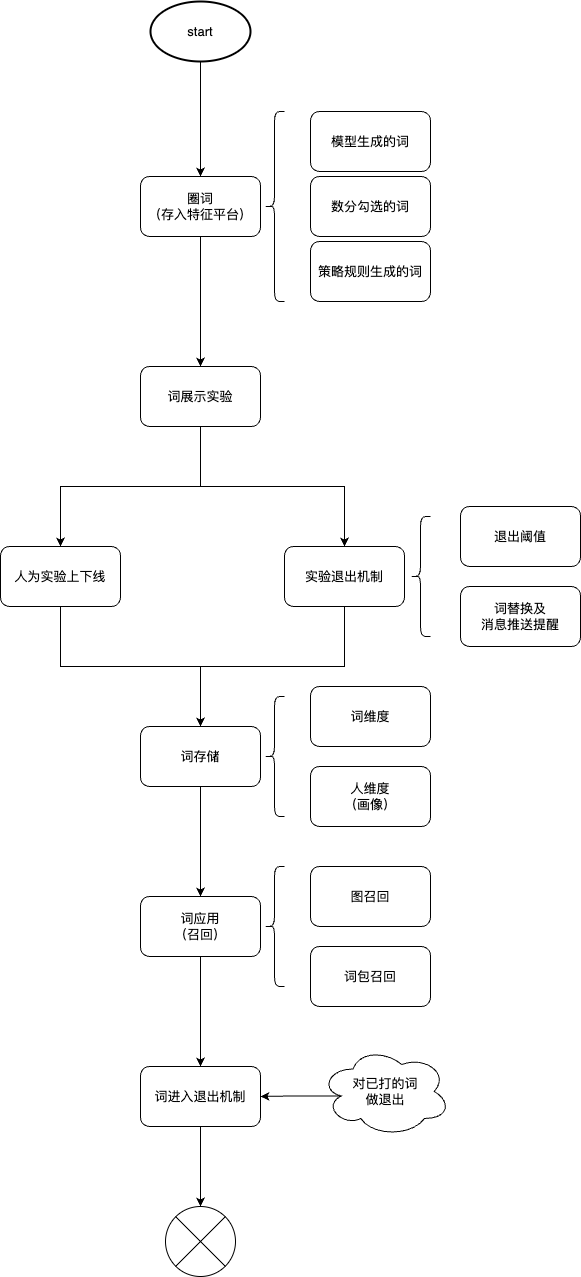
This is work-draw-file/标签与F1联动主体思路流程图.png from liujunao/draw-data, a draw.io export, as it was before one commit. Source tidied: cells renumbered, new cells last; positions are measured from the earlier drawing's top-left corner, leaving out a move shared by most shapes. Source of this version:
```xml
<mxGraphModel>
  <root>
    <mxCell id="0" />
    <mxCell id="1" parent="0" />
    <mxCell id="2" style="edgeStyle=orthogonalEdgeStyle;rounded=0;jettySize=auto;html=1;exitX=0.5;exitY=1;exitDx=0;exitDy=0;" parent="1" edge="1" source="3" target="6">
      <mxGeometry relative="1" as="geometry" />
    </mxCell>
    <mxCell id="3" value="圈词&lt;br&gt;（存入特征平台）" style="rounded=1;whiteSpace=wrap;html=1;" parent="1" vertex="1">
      <mxGeometry x="140" y="175" width="120" height="60" as="geometry" />
    </mxCell>
    <mxCell id="4" style="edgeStyle=orthogonalEdgeStyle;rounded=0;jettySize=auto;html=1;exitX=0.5;exitY=1;exitDx=0;exitDy=0;" parent="1" edge="1" source="6" target="12">
      <mxGeometry relative="1" as="geometry" />
    </mxCell>
    <mxCell id="5" style="edgeStyle=orthogonalEdgeStyle;rounded=0;jettySize=auto;html=1;exitX=0.5;exitY=1;exitDx=0;exitDy=0;" parent="1" edge="1" source="6" target="14">
      <mxGeometry relative="1" as="geometry" />
    </mxCell>
    <mxCell id="6" value="词展示实验" style="rounded=1;whiteSpace=wrap;html=1;" parent="1" vertex="1">
      <mxGeometry x="140" y="365" width="120" height="60" as="geometry" />
    </mxCell>
    <mxCell id="7" style="shape=curlyBracket;whiteSpace=wrap;html=1;rounded=1;labelPosition=left;verticalLabelPosition=middle;align=right;verticalAlign=middle;" parent="1" vertex="1">
      <mxGeometry x="264" y="110" width="20" height="190" as="geometry" />
    </mxCell>
    <mxCell id="8" value="模型生成的词" style="rounded=1;whiteSpace=wrap;html=1;" parent="1" vertex="1">
      <mxGeometry x="310" y="110" width="120" height="60" as="geometry" />
    </mxCell>
    <mxCell id="9" value="数分勾选的词" style="rounded=1;whiteSpace=wrap;html=1;" parent="1" vertex="1">
      <mxGeometry x="310" y="175" width="120" height="60" as="geometry" />
    </mxCell>
    <mxCell id="10" value="策略规则生成的词" style="rounded=1;whiteSpace=wrap;html=1;" parent="1" vertex="1">
      <mxGeometry x="310" y="240" width="120" height="60" as="geometry" />
    </mxCell>
    <mxCell id="11" style="edgeStyle=orthogonalEdgeStyle;rounded=0;jettySize=auto;html=1;exitX=0.5;exitY=1;exitDx=0;exitDy=0;entryX=0.5;entryY=0;entryDx=0;entryDy=0;" parent="1" edge="1" source="12" target="19">
      <mxGeometry relative="1" as="geometry" />
    </mxCell>
    <mxCell id="12" value="人为实验上下线" style="rounded=1;whiteSpace=wrap;html=1;" parent="1" vertex="1">
      <mxGeometry y="545" width="120" height="60" as="geometry" />
    </mxCell>
    <mxCell id="13" style="edgeStyle=orthogonalEdgeStyle;rounded=0;jettySize=auto;html=1;exitX=0.5;exitY=1;exitDx=0;exitDy=0;entryX=0.5;entryY=0;entryDx=0;entryDy=0;" parent="1" edge="1" source="14" target="19">
      <mxGeometry relative="1" as="geometry" />
    </mxCell>
    <mxCell id="14" value="实验退出机制" style="rounded=1;whiteSpace=wrap;html=1;" parent="1" vertex="1">
      <mxGeometry x="284" y="545" width="120" height="60" as="geometry" />
    </mxCell>
    <mxCell id="15" style="shape=curlyBracket;whiteSpace=wrap;html=1;rounded=1;labelPosition=left;verticalLabelPosition=middle;align=right;verticalAlign=middle;" parent="1" vertex="1">
      <mxGeometry x="410" y="515" width="20" height="120" as="geometry" />
    </mxCell>
    <mxCell id="16" value="退出阈值" style="rounded=1;whiteSpace=wrap;html=1;" parent="1" vertex="1">
      <mxGeometry x="460" y="505" width="120" height="60" as="geometry" />
    </mxCell>
    <mxCell id="17" value="词替换及&lt;br&gt;消息推送提醒" style="rounded=1;whiteSpace=wrap;html=1;" parent="1" vertex="1">
      <mxGeometry x="460" y="585" width="120" height="60" as="geometry" />
    </mxCell>
    <mxCell id="18" style="edgeStyle=orthogonalEdgeStyle;rounded=0;jettySize=auto;html=1;exitX=0.5;exitY=1;exitDx=0;exitDy=0;" parent="1" edge="1" source="19" target="24">
      <mxGeometry relative="1" as="geometry" />
    </mxCell>
    <mxCell id="19" value="词存储" style="rounded=1;whiteSpace=wrap;html=1;" parent="1" vertex="1">
      <mxGeometry x="140" y="725" width="120" height="60" as="geometry" />
    </mxCell>
    <mxCell id="20" style="shape=curlyBracket;whiteSpace=wrap;html=1;rounded=1;labelPosition=left;verticalLabelPosition=middle;align=right;verticalAlign=middle;" parent="1" vertex="1">
      <mxGeometry x="264" y="695" width="20" height="120" as="geometry" />
    </mxCell>
    <mxCell id="21" value="词维度" style="rounded=1;whiteSpace=wrap;html=1;" parent="1" vertex="1">
      <mxGeometry x="310" y="685" width="120" height="60" as="geometry" />
    </mxCell>
    <mxCell id="22" value="人维度&lt;br&gt;（画像）" style="rounded=1;whiteSpace=wrap;html=1;" parent="1" vertex="1">
      <mxGeometry x="310" y="765" width="120" height="60" as="geometry" />
    </mxCell>
    <mxCell id="23" style="edgeStyle=orthogonalEdgeStyle;rounded=0;jettySize=auto;html=1;exitX=0.5;exitY=1;exitDx=0;exitDy=0;" parent="1" edge="1" source="24" target="29">
      <mxGeometry relative="1" as="geometry" />
    </mxCell>
    <mxCell id="24" value="词应用&lt;br&gt;（召回）" style="rounded=1;whiteSpace=wrap;html=1;" parent="1" vertex="1">
      <mxGeometry x="140" y="895" width="120" height="60" as="geometry" />
    </mxCell>
    <mxCell id="25" style="shape=curlyBracket;whiteSpace=wrap;html=1;rounded=1;labelPosition=left;verticalLabelPosition=middle;align=right;verticalAlign=middle;" parent="1" vertex="1">
      <mxGeometry x="264" y="865" width="20" height="120" as="geometry" />
    </mxCell>
    <mxCell id="26" value="图召回" style="rounded=1;whiteSpace=wrap;html=1;" parent="1" vertex="1">
      <mxGeometry x="310" y="865" width="120" height="60" as="geometry" />
    </mxCell>
    <mxCell id="27" value="词包召回" style="rounded=1;whiteSpace=wrap;html=1;" parent="1" vertex="1">
      <mxGeometry x="310" y="945" width="120" height="60" as="geometry" />
    </mxCell>
    <mxCell id="28" style="edgeStyle=orthogonalEdgeStyle;rounded=0;jettySize=auto;html=1;exitX=0.5;exitY=1;exitDx=0;exitDy=0;" parent="1" edge="1" source="29" target="32">
      <mxGeometry relative="1" as="geometry" />
    </mxCell>
    <mxCell id="29" value="词进入退出机制" style="rounded=1;whiteSpace=wrap;html=1;" parent="1" vertex="1">
      <mxGeometry x="140" y="1065" width="120" height="60" as="geometry" />
    </mxCell>
    <mxCell id="30" style="edgeStyle=orthogonalEdgeStyle;rounded=0;jettySize=auto;html=1;exitX=0.16;exitY=0.55;exitDx=0;exitDy=0;exitPerimeter=0;entryX=1;entryY=0.5;entryDx=0;entryDy=0;" parent="1" edge="1" source="31" target="29">
      <mxGeometry relative="1" as="geometry" />
    </mxCell>
    <mxCell id="31" value="对已打的词&lt;br&gt;做退出" style="ellipse;shape=cloud;whiteSpace=wrap;html=1;" parent="1" vertex="1">
      <mxGeometry x="320" y="1045" width="130" height="90" as="geometry" />
    </mxCell>
    <mxCell id="32" style="verticalLabelPosition=bottom;verticalAlign=top;html=1;shape=mxgraph.flowchart.or;" parent="1" vertex="1">
      <mxGeometry x="165" y="1205" width="70" height="70" as="geometry" />
    </mxCell>
    <mxCell id="33" style="edgeStyle=orthogonalEdgeStyle;rounded=0;jettySize=auto;html=1;exitX=0.5;exitY=1;exitDx=0;exitDy=0;exitPerimeter=0;" parent="1" edge="1" source="34" target="3">
      <mxGeometry relative="1" as="geometry" />
    </mxCell>
    <mxCell id="34" value="start" style="strokeWidth=2;html=1;shape=mxgraph.flowchart.start_1;whiteSpace=wrap;" parent="1" vertex="1">
      <mxGeometry x="150" width="100" height="60" as="geometry" />
    </mxCell>
  </root>
</mxGraphModel>
```
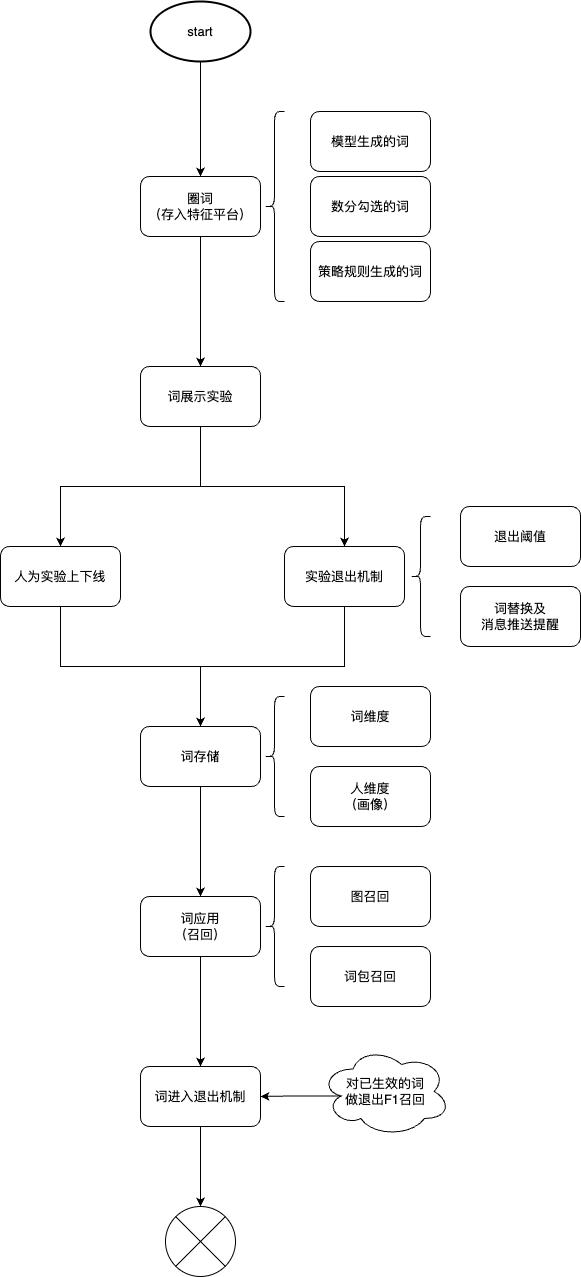
The same diagram one commit later.

Commit message:
更新标签与F1联动主体思路流程图.png

Change to the diagram source:
```diff
@@ -89,7 +89,7 @@
     <mxCell id="30" style="edgeStyle=orthogonalEdgeStyle;rounded=0;jettySize=auto;html=1;exitX=0.16;exitY=0.55;exitDx=0;exitDy=0;exitPerimeter=0;entryX=1;entryY=0.5;entryDx=0;entryDy=0;" parent="1" edge="1" source="31" target="29">
       <mxGeometry relative="1" as="geometry" />
     </mxCell>
-    <mxCell id="31" value="对已打的词&lt;br&gt;做退出" style="ellipse;shape=cloud;whiteSpace=wrap;html=1;" parent="1" vertex="1">
+    <mxCell id="31" value="对已生效的词&lt;br&gt;做退出F1召回" style="ellipse;shape=cloud;whiteSpace=wrap;html=1;" parent="1" vertex="1">
       <mxGeometry x="320" y="1045" width="130" height="90" as="geometry" />
     </mxCell>
     <mxCell id="32" style="verticalLabelPosition=bottom;verticalAlign=top;html=1;shape=mxgraph.flowchart.or;" parent="1" vertex="1">
```
